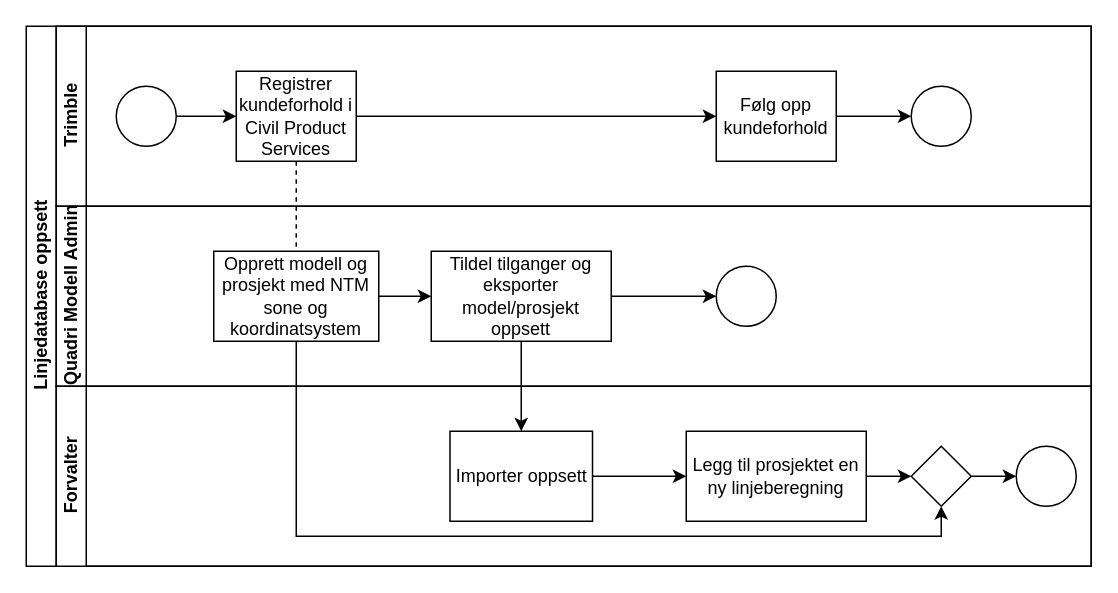
Before: Untitled Diagram.drawio in adisD/Bane-NOR, a draw.io diagram. Source tidied: cells renumbered, new cells numbered last; positions are measured from the earlier drawing's top-left corner, leaving out a move shared by most shapes. Both pictures are drawn from the tidied source at 150%, with x=0, y=0 at pixel (26, 26).
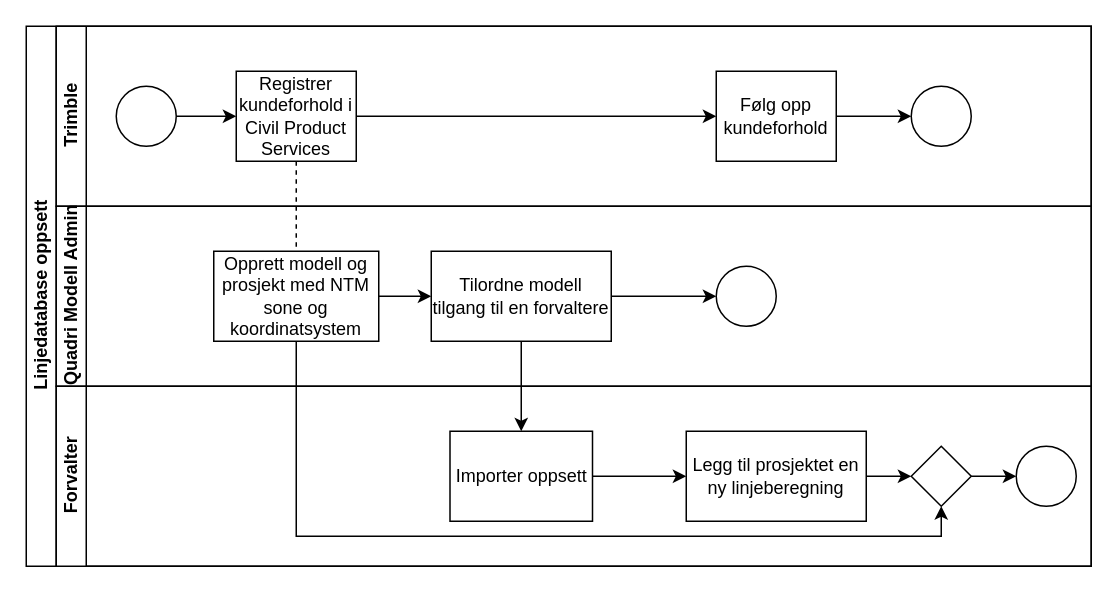
Above is the later version.

Unchanged cells that the change refers to:
```xml
<mxCell id="13" value="Quadri Modell Admin" style="swimlane;html=1;startSize=20;horizontal=0;" parent="2" vertex="1">
  <mxGeometry x="20" y="120" width="690" height="120" as="geometry" />
</mxCell>
```

The edit, as a diff of the source:
```diff
@@
-    <mxCell id="16" value="Tildel tilganger og eksporter model/prosjekt oppsett" style="rounded=0;whiteSpace=wrap;html=1;" parent="13" vertex="1">
+    <mxCell id="16" value="Tilordne modell tilgang til en forvaltere" style="rounded=0;whiteSpace=wrap;html=1;" parent="13" vertex="1">
       <mxGeometry x="250" y="30" width="120" height="60" as="geometry" />
     </mxCell>
```
